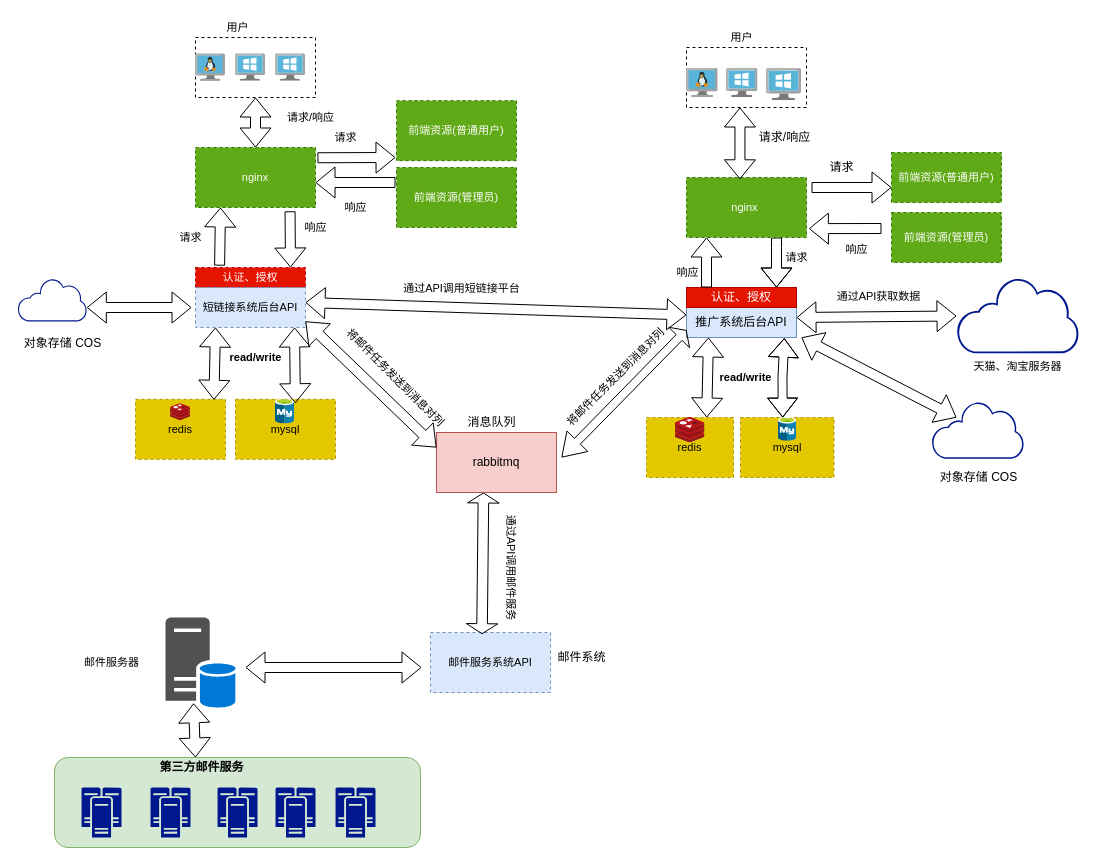
This is Untitled Diagram.drawio from ndb000901/diagrams, a draw.io file, before an edit. Source tidied: cells renumbered, new cells numbered last; positions are measured from the earlier drawing's top-left corner, leaving out a move shared by most shapes. Both pictures are drawn from the tidied source at 100%, with x=0, y=0 at pixel (17, 17).
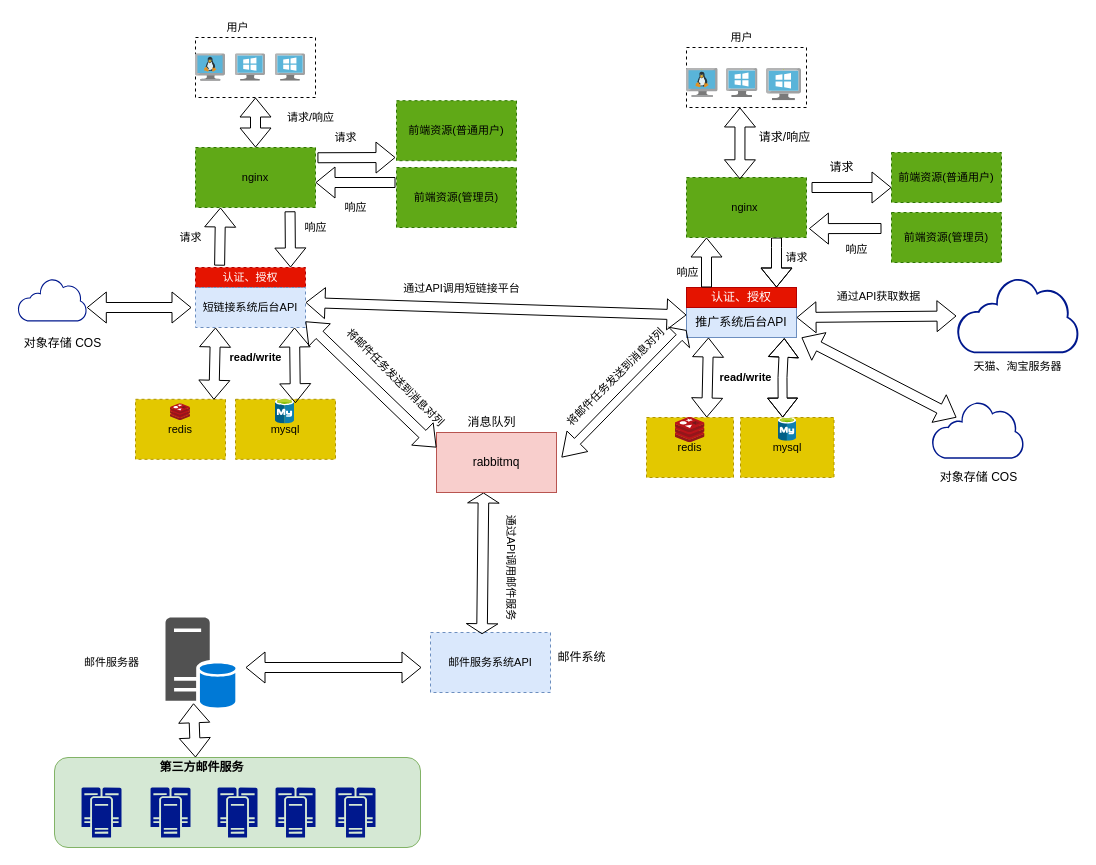
After the change.

Diff of the diagram source:
```diff
@@
-    <mxCell id="8" value="nginx&amp;nbsp;" style="rounded=0;whiteSpace=wrap;html=1;fontFamily=Helvetica;fontSize=11;fontColor=#ffffff;dashed=1;fillColor=#60a917;strokeColor=#2D7600;" parent="1" vertex="1">
+    <mxCell id="8" value="&lt;font color=&quot;#000000&quot;&gt;nginx&amp;nbsp;&lt;/font&gt;" style="rounded=0;whiteSpace=wrap;html=1;fontFamily=Helvetica;fontSize=11;fontColor=#ffffff;dashed=1;fillColor=#60a917;strokeColor=#2D7600;" parent="1" vertex="1">
       <mxGeometry x="669" y="160" width="120" height="60" as="geometry" />
     </mxCell>
-    <mxCell id="9" value="前端资源(普通用户)" style="rounded=0;whiteSpace=wrap;html=1;dashed=1;fontFamily=Helvetica;fontSize=11;fontColor=#ffffff;fillColor=#60a917;strokeColor=#2D7600;" parent="1" vertex="1">
+    <mxCell id="9" value="&lt;font color=&quot;#000000&quot;&gt;前端资源(普通用户)&lt;/font&gt;" style="rounded=0;whiteSpace=wrap;html=1;dashed=1;fontFamily=Helvetica;fontSize=11;fontColor=#ffffff;fillColor=#60a917;strokeColor=#2D7600;" parent="1" vertex="1">
       <mxGeometry x="874" y="135" width="110" height="50" as="geometry" />
     </mxCell>
@@
-    <mxCell id="36" value="nginx" style="rounded=0;whiteSpace=wrap;html=1;dashed=1;fontFamily=Helvetica;fontSize=11;fontColor=#ffffff;fillColor=#60a917;strokeColor=#2D7600;" parent="1" vertex="1">
+    <mxCell id="36" value="&lt;font color=&quot;#000000&quot;&gt;nginx&lt;/font&gt;" style="rounded=0;whiteSpace=wrap;html=1;dashed=1;fontFamily=Helvetica;fontSize=11;fontColor=#ffffff;fillColor=#60a917;strokeColor=#2D7600;" parent="1" vertex="1">
       <mxGeometry x="178" y="130" width="120" height="60" as="geometry" />
     </mxCell>
-    <mxCell id="37" value="前端资源(普通用户)" style="rounded=0;whiteSpace=wrap;html=1;dashed=1;fontFamily=Helvetica;fontSize=11;fontColor=#ffffff;fillColor=#60a917;strokeColor=#2D7600;" parent="1" vertex="1">
+    <mxCell id="37" value="&lt;font color=&quot;#000000&quot;&gt;前端资源(普通用户)&lt;/font&gt;" style="rounded=0;whiteSpace=wrap;html=1;dashed=1;fontFamily=Helvetica;fontSize=11;fontColor=#ffffff;fillColor=#60a917;strokeColor=#2D7600;" parent="1" vertex="1">
       <mxGeometry x="379" y="83.2" width="120" height="60" as="geometry" />
     </mxCell>
@@
-    <mxCell id="62" value="前端资源(管理员)" style="rounded=0;whiteSpace=wrap;html=1;dashed=1;fontFamily=Helvetica;fontSize=11;fontColor=#ffffff;fillColor=#60a917;strokeColor=#2D7600;" parent="1" vertex="1">
+    <mxCell id="62" value="&lt;font color=&quot;#000000&quot;&gt;前端资源(管理员)&lt;/font&gt;" style="rounded=0;whiteSpace=wrap;html=1;dashed=1;fontFamily=Helvetica;fontSize=11;fontColor=#ffffff;fillColor=#60a917;strokeColor=#2D7600;" parent="1" vertex="1">
       <mxGeometry x="379" y="150" width="120" height="60" as="geometry" />
     </mxCell>
@@
-    <mxCell id="64" value="前端资源(管理员)" style="rounded=0;whiteSpace=wrap;html=1;dashed=1;fontFamily=Helvetica;fontSize=11;fontColor=#ffffff;fillColor=#60a917;strokeColor=#2D7600;" parent="1" vertex="1">
+    <mxCell id="64" value="&lt;font color=&quot;#000000&quot;&gt;前端资源(管理员)&lt;/font&gt;" style="rounded=0;whiteSpace=wrap;html=1;dashed=1;fontFamily=Helvetica;fontSize=11;fontColor=#ffffff;fillColor=#60a917;strokeColor=#2D7600;" parent="1" vertex="1">
       <mxGeometry x="874" y="195" width="110" height="50" as="geometry" />
     </mxCell>
```
